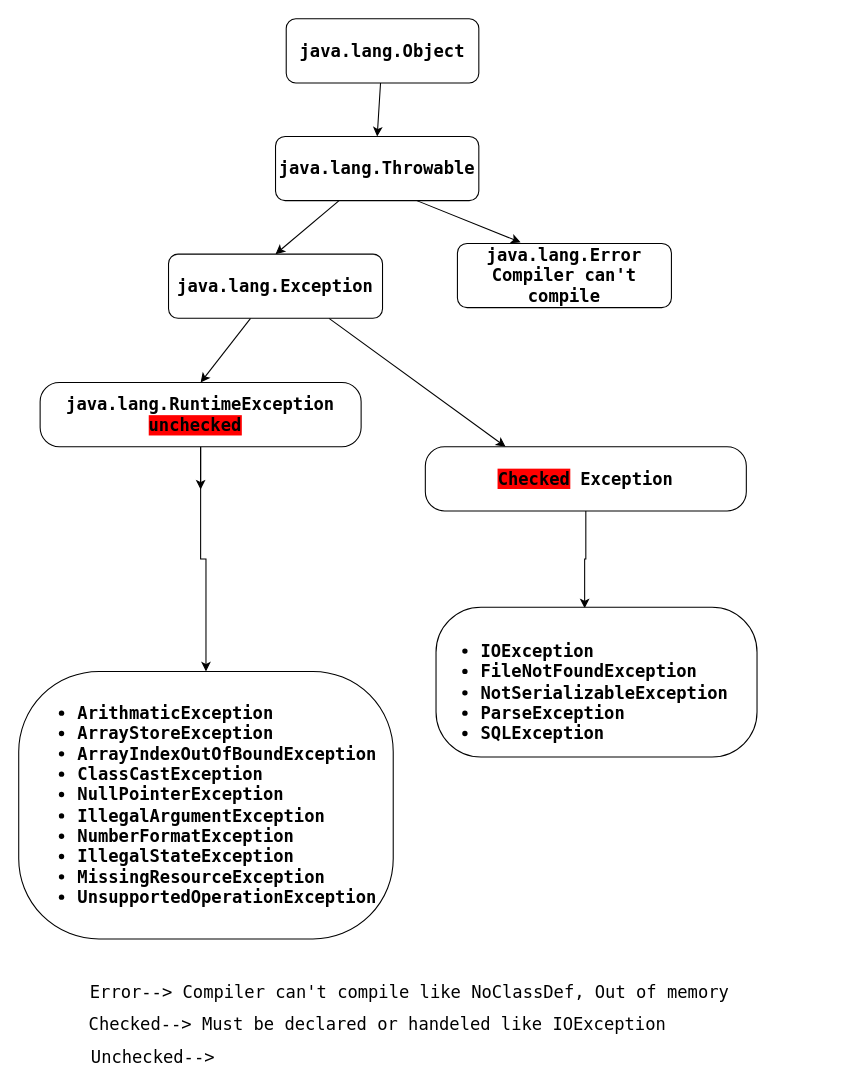
Above: src/exception/AException.drawio in justamitsaha/core-java (draw.io), before the change. Source tidied: cells renumbered, new cells numbered last; positions are measured from the earlier drawing's top-left corner, leaving out a move shared by most shapes. Both pictures are drawn from the tidied source at 107%, with x=0, y=0 at pixel (18, 18).
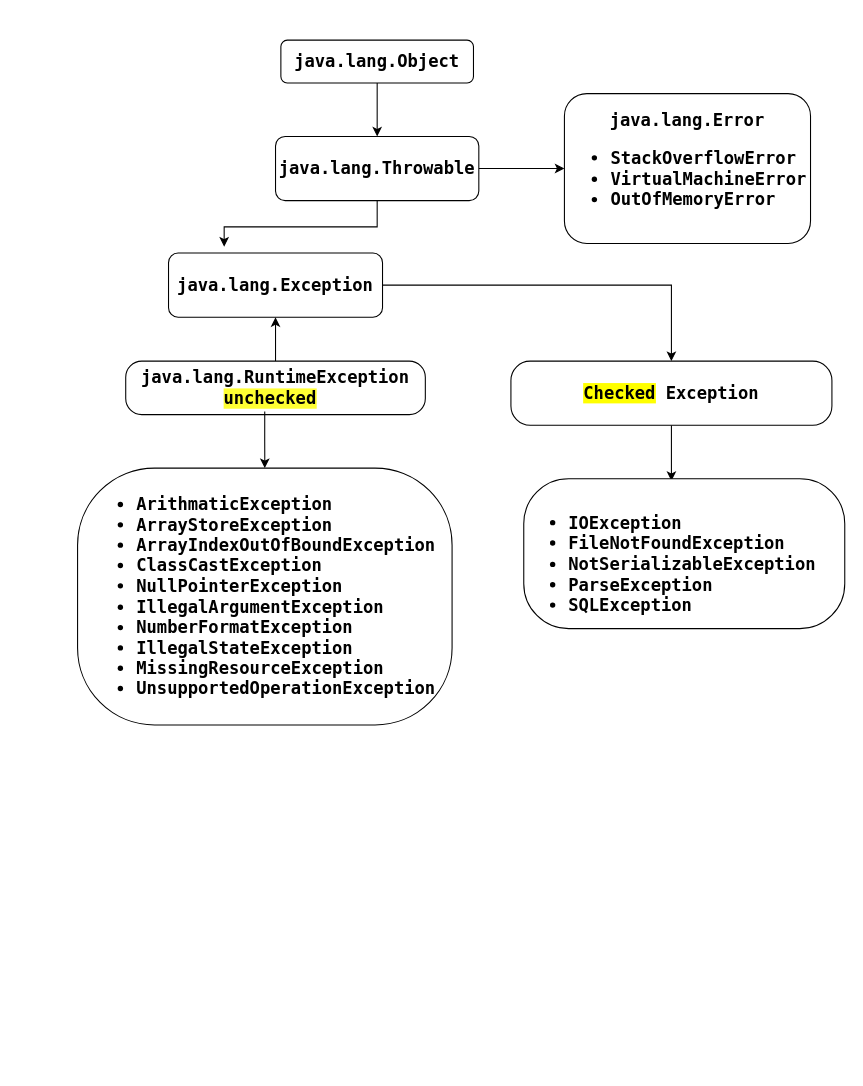
Above is the later version.

The change refers to these unchanged cells:
```xml
<mxCell id="5" value="&lt;b&gt;java.lang.Throwable&lt;/b&gt;" style="rounded=1;whiteSpace=wrap;html=1;fontFamily=Lucida Console;fontSize=16;" parent="1" vertex="1">
  <mxGeometry x="240" y="110" width="190" height="60" as="geometry" />
</mxCell>
```

Diff of the diagram source:
```diff
@@
-    <mxCell id="2" style="edgeStyle=none;html=1;entryX=0.5;entryY=0;entryDx=0;entryDy=0;fontFamily=Lucida Console;fontSize=16;" parent="1" edge="1" source="3" target="5">
+    <mxCell id="2" style="edgeStyle=orthogonalEdgeStyle;rounded=0;jettySize=auto;html=1;" parent="1" edge="1" source="3" target="5">
       <mxGeometry relative="1" as="geometry" />
     </mxCell>
     <mxCell id="3" value="&lt;b&gt;java.lang.Object&lt;/b&gt;" style="rounded=1;whiteSpace=wrap;html=1;fontFamily=Lucida Console;fontSize=16;" parent="1" vertex="1">
-      <mxGeometry x="250" width="180" height="60" as="geometry" />
+      <mxGeometry x="245" y="20" width="180" height="40" as="geometry" />
     </mxCell>
+    <mxCell id="10" style="edgeStyle=orthogonalEdgeStyle;rounded=0;jettySize=auto;html=1;entryX=0;entryY=0.5;entryDx=0;entryDy=0;" parent="1" edge="1" source="5" target="9">
+      <mxGeometry relative="1" as="geometry" />
+    </mxCell>
-    <mxCell id="4" style="edgeStyle=none;html=1;entryX=0.5;entryY=0;entryDx=0;entryDy=0;fontFamily=Lucida Console;fontSize=16;" parent="1" edge="1" source="5" target="8">
+    <mxCell id="4" style="edgeStyle=orthogonalEdgeStyle;rounded=0;jettySize=auto;html=1;entryX=0.26;entryY=-0.1;entryDx=0;entryDy=0;entryPerimeter=0;" parent="1" edge="1" source="5" target="8">
       <mxGeometry relative="1" as="geometry" />
     </mxCell>
@@
-    <mxCell id="6" style="edgeStyle=none;html=1;entryX=0.5;entryY=0;entryDx=0;entryDy=0;labelBackgroundColor=none;fontFamily=Lucida Console;fontSize=16;" parent="1" edge="1" source="8" target="13">
-      <mxGeometry relative="1" as="geometry" />
-    </mxCell>
-    <mxCell id="7" style="edgeStyle=none;html=1;exitX=0.75;exitY=1;exitDx=0;exitDy=0;entryX=0.25;entryY=0;entryDx=0;entryDy=0;labelBackgroundColor=none;fontFamily=Lucida Console;fontSize=16;" parent="1" edge="1" source="8" target="15">
+    <mxCell id="7" style="edgeStyle=orthogonalEdgeStyle;rounded=0;jettySize=auto;html=1;entryX=0.5;entryY=0;entryDx=0;entryDy=0;" parent="1" edge="1" source="8" target="15">
       <mxGeometry relative="1" as="geometry" />
     </mxCell>
     <mxCell id="8" value="&lt;b&gt;java.lang.Exception&lt;/b&gt;" style="rounded=1;whiteSpace=wrap;html=1;fontFamily=Lucida Console;fontSize=16;" parent="1" vertex="1">
-      <mxGeometry x="140" y="220" width="200" height="60" as="geometry" />
+      <mxGeometry x="140" y="219" width="200" height="60" as="geometry" />
     </mxCell>
-    <mxCell id="9" value="&lt;b&gt;java.lang.Error&lt;br&gt;Compiler can't compile&lt;br&gt;&lt;/b&gt;" style="rounded=1;whiteSpace=wrap;html=1;fontFamily=Lucida Console;fontSize=16;" parent="1" vertex="1">
-      <mxGeometry x="410" y="210" width="200" height="60" as="geometry" />
+    <mxCell id="9" value="&lt;b&gt;java.lang.Error&lt;br&gt;&lt;ul&gt;&lt;li style=&quot;text-align: left&quot;&gt;&lt;b&gt;StackOverflowError&lt;/b&gt;&lt;/li&gt;&lt;li style=&quot;text-align: left&quot;&gt;&lt;b&gt;VirtualMachineError&lt;/b&gt;&lt;/li&gt;&lt;li style=&quot;text-align: left&quot;&gt;&lt;b&gt;OutOfMemoryError&lt;/b&gt;&lt;/li&gt;&lt;/ul&gt;&lt;/b&gt;" style="rounded=1;whiteSpace=wrap;html=1;fontFamily=Lucida Console;fontSize=16;" parent="1" vertex="1">
+      <mxGeometry x="510" y="70" width="230" height="140" as="geometry" />
     </mxCell>
-    <mxCell id="10" style="edgeStyle=none;html=1;exitX=0.695;exitY=1;exitDx=0;exitDy=0;fontFamily=Lucida Console;fontSize=16;labelBackgroundColor=none;exitPerimeter=0;entryX=0.295;entryY=-0.017;entryDx=0;entryDy=0;entryPerimeter=0;" parent="1" edge="1" source="5" target="9">
-      <mxGeometry relative="1" as="geometry" />
-    </mxCell>
-    <mxCell id="11" style="edgeStyle=none;html=1;" parent="1" edge="1" source="13">
-      <mxGeometry relative="1" as="geometry">
-        <mxPoint x="170" y="440" as="targetPoint" />
-      </mxGeometry>
-    </mxCell>
-    <mxCell id="12" style="edgeStyle=orthogonalEdgeStyle;rounded=0;jettySize=auto;html=1;" parent="1" edge="1" source="13" target="19">
-      <mxGeometry relative="1" as="geometry" />
-    </mxCell>
+    <mxCell id="21" style="edgeStyle=orthogonalEdgeStyle;rounded=0;jettySize=auto;html=1;" parent="1" edge="1" source="13" target="8">
+      <mxGeometry relative="1" as="geometry" />
+    </mxCell>
-    <mxCell id="13" value="&lt;b&gt;java.lang.RuntimeException&lt;br&gt;&lt;span style=&quot;background-color: rgb(255 , 0 , 0)&quot;&gt;unchecked&lt;/span&gt;&amp;nbsp;&lt;br&gt;&lt;/b&gt;" style="rounded=1;whiteSpace=wrap;html=1;fontFamily=Lucida Console;fontSize=16;arcSize=30;" parent="1" vertex="1">
-      <mxGeometry x="20" y="340" width="300" height="60" as="geometry" />
+    <mxCell id="13" value="&lt;b&gt;java.lang.RuntimeException&lt;br&gt;&lt;span style=&quot;background-color: rgb(255 , 255 , 51)&quot;&gt;unchecked&lt;/span&gt;&amp;nbsp;&lt;br&gt;&lt;/b&gt;" style="rounded=1;whiteSpace=wrap;html=1;fontFamily=Lucida Console;fontSize=16;arcSize=30;" parent="1" vertex="1">
+      <mxGeometry x="100" y="320" width="280" height="50" as="geometry" />
     </mxCell>
-    <mxCell id="14" style="edgeStyle=orthogonalEdgeStyle;rounded=0;jettySize=auto;html=1;entryX=0.463;entryY=0.007;entryDx=0;entryDy=0;entryPerimeter=0;" parent="1" edge="1" source="15" target="20">
+    <mxCell id="14" style="edgeStyle=orthogonalEdgeStyle;rounded=0;jettySize=auto;html=1;entryX=0.46;entryY=0.014;entryDx=0;entryDy=0;entryPerimeter=0;" parent="1" edge="1" source="15" target="20">
       <mxGeometry relative="1" as="geometry" />
     </mxCell>
-    <mxCell id="15" value="&lt;b&gt;&lt;span style=&quot;background-color: rgb(255 , 0 , 0)&quot;&gt;Checked&lt;/span&gt; Exception&lt;/b&gt;" style="rounded=1;whiteSpace=wrap;html=1;fontFamily=Lucida Console;fontSize=16;arcSize=30;" parent="1" vertex="1">
-      <mxGeometry x="380" y="400" width="300" height="60" as="geometry" />
+    <mxCell id="15" value="&lt;b&gt;&lt;span style=&quot;background-color: rgb(255 , 255 , 0)&quot;&gt;Checked&lt;/span&gt; Exception&lt;/b&gt;" style="rounded=1;whiteSpace=wrap;html=1;fontFamily=Lucida Console;fontSize=16;arcSize=30;" parent="1" vertex="1">
+      <mxGeometry x="460" y="320" width="300" height="60" as="geometry" />
     </mxCell>
-    <mxCell id="16" value="Error--&amp;gt; Compiler can't compile like NoClassDef, Out of memory&lt;br&gt;&lt;br&gt;" style="text;html=1;align=center;verticalAlign=middle;strokeColor=none;fillColor=none;fontSize=16;fontFamily=Lucida Console;" parent="1" vertex="1">
-      <mxGeometry x="60" y="900" width="610" height="40" as="geometry" />
-    </mxCell>
-    <mxCell id="17" value="Checked--&amp;gt; Must be declared or handeled like IOException" style="text;html=1;align=center;verticalAlign=middle;strokeColor=none;fillColor=none;fontSize=16;fontFamily=Lucida Console;" parent="1" vertex="1">
-      <mxGeometry x="55" y="930" width="560" height="20" as="geometry" />
-    </mxCell>
-    <mxCell id="18" value="Unchecked--&amp;gt;&amp;nbsp;" style="text;html=1;align=center;verticalAlign=middle;strokeColor=none;fillColor=none;fontSize=16;fontFamily=Lucida Console;" parent="1" vertex="1">
-      <mxGeometry x="60" y="960" width="140" height="20" as="geometry" />
-    </mxCell>
+    <mxCell id="12" style="edgeStyle=orthogonalEdgeStyle;rounded=0;jettySize=auto;html=1;exitX=0.464;exitY=0.94;exitDx=0;exitDy=0;exitPerimeter=0;" parent="1" edge="1" source="13" target="19">
+      <mxGeometry relative="1" as="geometry" />
+    </mxCell>
     <mxCell id="19" value="&lt;ul&gt;&lt;li style=&quot;text-align: left&quot;&gt;&lt;b&gt;ArithmaticException&lt;/b&gt;&lt;/li&gt;&lt;li style=&quot;text-align: left&quot;&gt;&lt;b&gt;ArrayStoreException&lt;/b&gt;&lt;br&gt;&lt;/li&gt;&lt;li style=&quot;text-align: left&quot;&gt;&lt;b&gt;ArrayIndexOutOfBoundException&lt;/b&gt;&lt;/li&gt;&lt;li style=&quot;text-align: left&quot;&gt;&lt;b&gt;ClassCastException&lt;/b&gt;&lt;/li&gt;&lt;li style=&quot;text-align: left&quot;&gt;&lt;b&gt;NullPointerException&lt;/b&gt;&lt;/li&gt;&lt;li style=&quot;text-align: left&quot;&gt;&lt;b&gt;IllegalArgumentException&lt;/b&gt;&lt;br&gt;&lt;/li&gt;&lt;li style=&quot;text-align: left&quot;&gt;&lt;b&gt;&lt;b&gt;NumberFormatException&lt;/b&gt;&lt;br&gt;&lt;/b&gt;&lt;/li&gt;&lt;li style=&quot;text-align: left&quot;&gt;&lt;b&gt;IllegalStateException&lt;br&gt;&lt;/b&gt;&lt;/li&gt;&lt;li style=&quot;text-align: left&quot;&gt;&lt;b&gt;MissingResourceException&lt;/b&gt;&lt;/li&gt;&lt;li style=&quot;text-align: left&quot;&gt;&lt;b&gt;UnsupportedOperationException&lt;br&gt;&lt;/b&gt;&lt;/li&gt;&lt;/ul&gt;" style="rounded=1;whiteSpace=wrap;html=1;fontFamily=Lucida Console;fontSize=16;arcSize=30;" parent="1" vertex="1">
-      <mxGeometry y="610" width="350" height="250" as="geometry" />
+      <mxGeometry x="55" y="420" width="350" height="240" as="geometry" />
     </mxCell>
     <mxCell id="20" value="&lt;div&gt;&lt;b&gt;&lt;br&gt;&lt;/b&gt;&lt;/div&gt;&lt;ul&gt;&lt;li&gt;&lt;b&gt;IOException&lt;/b&gt;&lt;/li&gt;&lt;li&gt;&lt;b&gt;FileNotFoundException&lt;/b&gt;&lt;/li&gt;&lt;li&gt;&lt;b&gt;NotSerializableException&lt;/b&gt;&lt;/li&gt;&lt;li&gt;&lt;b&gt;ParseException&lt;/b&gt;&lt;/li&gt;&lt;li&gt;&lt;b&gt;SQLException&lt;/b&gt;&lt;/li&gt;&lt;/ul&gt;" style="rounded=1;whiteSpace=wrap;html=1;fontFamily=Lucida Console;fontSize=16;arcSize=30;align=left;" parent="1" vertex="1">
-      <mxGeometry x="390" y="550" width="300" height="140" as="geometry" />
+      <mxGeometry x="472" y="430" width="300" height="140" as="geometry" />
     </mxCell>
```
